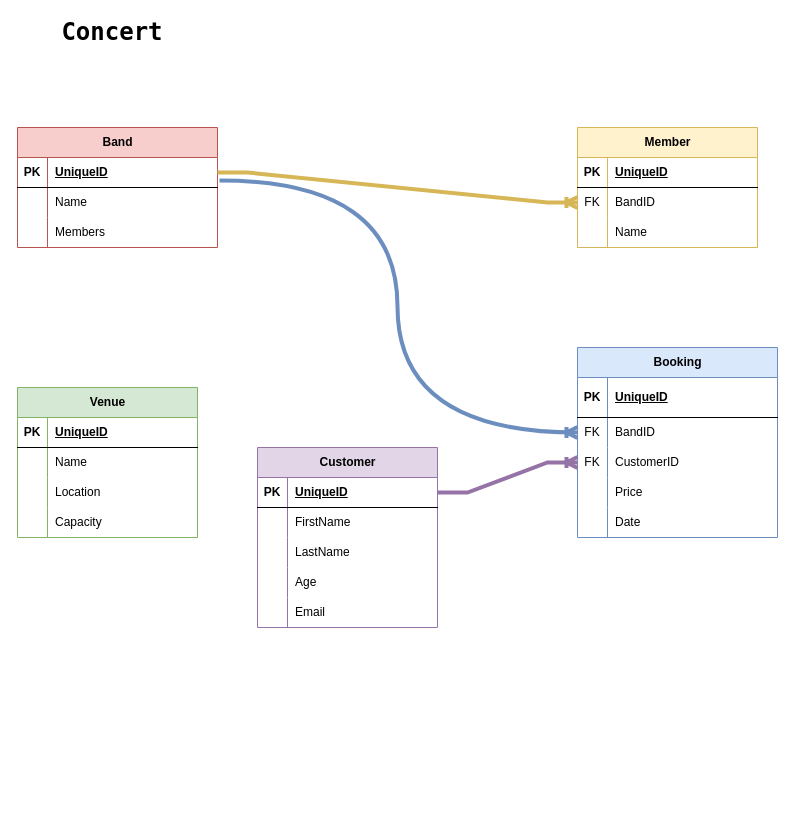
N00240181/CC-Y3-FSD-Assignment keeps this draw.io diagram as ERD/ConcertERD.drawio. Above is the earlier version. Source tidied: cells renumbered, new cells numbered last; positions are measured from the earlier drawing's top-left corner, leaving out a move shared by most shapes. Both pictures are drawn from the tidied source at 100%, with x=0, y=0 at pixel (17, 17).
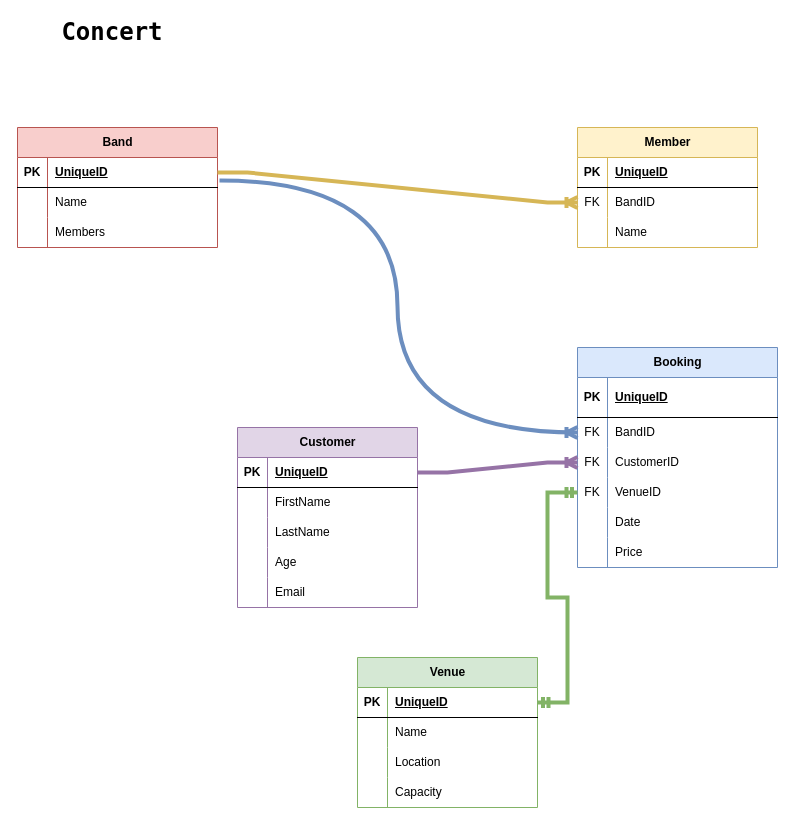
The same page after the edit.

Commit message (it also covers changes not shown here):
Updated schema and ERD to add venue to the booking pivot table

Unchanged cells that the change refers to:
```xml
<mxCell id="23" style="shape=tableRow;horizontal=0;startSize=0;swimlaneHead=0;swimlaneBody=0;fillColor=none;points=[[0,0.5],[1,0.5]];portConstraint=eastwest;top=0;left=0;right=0;bottom=0;" parent="13" vertex="1">
  <mxGeometry y="130" width="200" height="30" as="geometry" />
</mxCell>
<mxCell id="40" style="shape=tableRow;horizontal=0;startSize=0;swimlaneHead=0;swimlaneBody=0;fillColor=none;points=[[0,0.5],[1,0.5]];portConstraint=eastwest;top=0;left=0;right=0;bottom=1;" parent="39" vertex="1">
  <mxGeometry y="30" width="180" height="30" as="geometry" />
</mxCell>
```

Diff of the diagram source:
```diff
@@
     <mxCell id="13" value="Booking" style="shape=table;startSize=30;childLayout=tableLayout;rowLines=0;fontStyle=1;align=center;html=1;fillColor=#dae8fc;strokeColor=#6c8ebf;" parent="1" vertex="1">
-      <mxGeometry x="560" y="330" width="200" height="190" as="geometry" />
+      <mxGeometry x="560" y="330" width="200" height="220" as="geometry" />
     </mxCell>
@@
-    <mxCell id="24" style="shape=partialRectangle;fillColor=none;top=0;left=0;bottom=0;right=0;overflow=hidden;whiteSpace=wrap;html=1;" parent="23" vertex="1">
+    <mxCell id="24" value="FK" style="shape=partialRectangle;fillColor=none;top=0;left=0;bottom=0;right=0;overflow=hidden;whiteSpace=wrap;html=1;" parent="23" vertex="1">
       <mxGeometry width="30" height="30" as="geometry" />
     </mxCell>
-    <mxCell id="25" value="Price" style="shape=partialRectangle;fillColor=none;top=0;left=0;bottom=0;right=0;align=left;spacingLeft=6;overflow=hidden;whiteSpace=wrap;html=1;" parent="23" vertex="1">
+    <mxCell id="25" value="VenueID" style="shape=partialRectangle;fillColor=none;top=0;left=0;bottom=0;right=0;align=left;spacingLeft=6;overflow=hidden;whiteSpace=wrap;html=1;" parent="23" vertex="1">
       <mxGeometry x="30" width="170" height="30" as="geometry" />
     </mxCell>
@@
+    <mxCell id="71" style="shape=tableRow;horizontal=0;startSize=0;swimlaneHead=0;swimlaneBody=0;fillColor=none;top=0;left=0;right=0;bottom=0;" parent="13" vertex="1">
+      <mxGeometry y="190" width="200" height="30" as="geometry" />
+    </mxCell>
+    <mxCell id="72" style="shape=partialRectangle;fillColor=none;top=0;left=0;bottom=0;right=0;overflow=hidden;whiteSpace=wrap;html=1;" parent="71" vertex="1">
+      <mxGeometry width="30" height="30" as="geometry" />
+    </mxCell>
+    <mxCell id="73" value="Price" style="shape=partialRectangle;fillColor=none;top=0;left=0;bottom=0;right=0;align=left;spacingLeft=6;overflow=hidden;whiteSpace=wrap;html=1;" parent="71" vertex="1">
+      <mxGeometry x="30" width="170" height="30" as="geometry" />
+    </mxCell>
@@
     <mxCell id="39" value="Venue" style="shape=table;startSize=30;childLayout=tableLayout;rowLines=0;fontStyle=1;align=center;html=1;fillColor=#d5e8d4;strokeColor=#82b366;" parent="1" vertex="1">
-      <mxGeometry y="370" width="180" height="150" as="geometry" />
+      <mxGeometry x="340" y="640" width="180" height="150" as="geometry" />
     </mxCell>
@@
     <mxCell id="54" value="Customer" style="shape=table;startSize=30;childLayout=tableLayout;rowLines=0;fontStyle=1;align=center;html=1;fillColor=#e1d5e7;strokeColor=#9673a6;" parent="1" vertex="1">
-      <mxGeometry x="240" y="430" width="180" height="180" as="geometry" />
+      <mxGeometry x="220" y="410" width="180" height="180" as="geometry" />
     </mxCell>
@@
+    <mxCell id="74" style="edgeStyle=entityRelationEdgeStyle;fontSize=12;html=1;endArrow=ERmandOne;startArrow=ERmandOne;rounded=0;entryX=0;entryY=0.5;entryDx=0;entryDy=0;exitX=1;exitY=0.5;exitDx=0;exitDy=0;fillColor=#d5e8d4;strokeColor=#82b366;strokeWidth=4;" parent="1" edge="1" source="40" target="23">
+      <mxGeometry relative="1" as="geometry" />
+    </mxCell>
```
